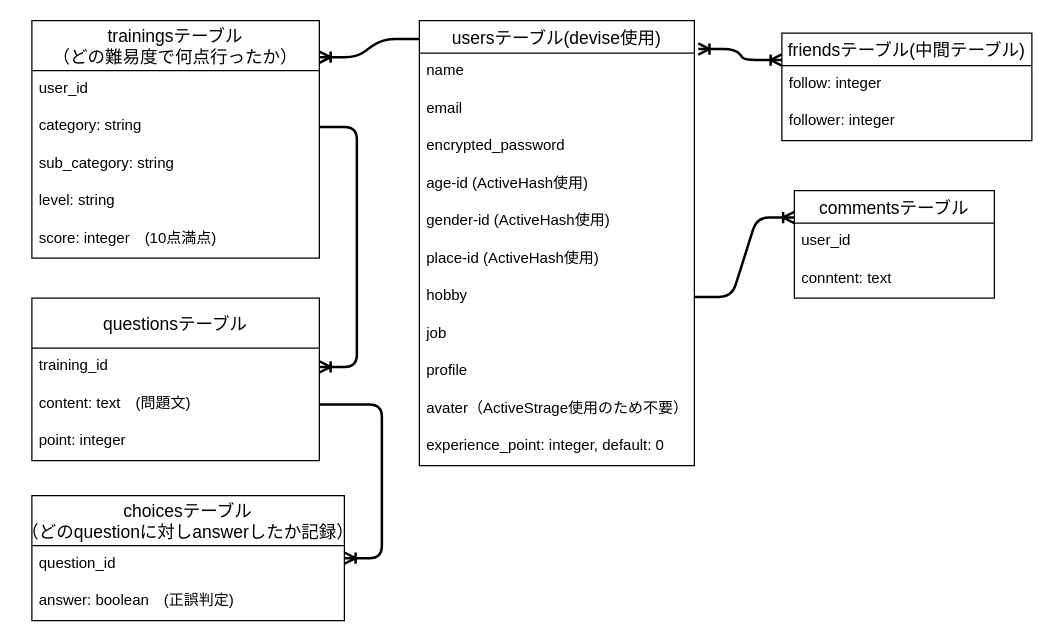
The draw.io diagram ER_zu.dio in daicheez/kotopark, before the edit. Source tidied: cells renumbered, new cells numbered last; positions are measured from the earlier drawing's top-left corner, leaving out a move shared by most shapes. Both pictures are drawn from the tidied source at 125%, with x=0, y=0 at pixel (31, 20).
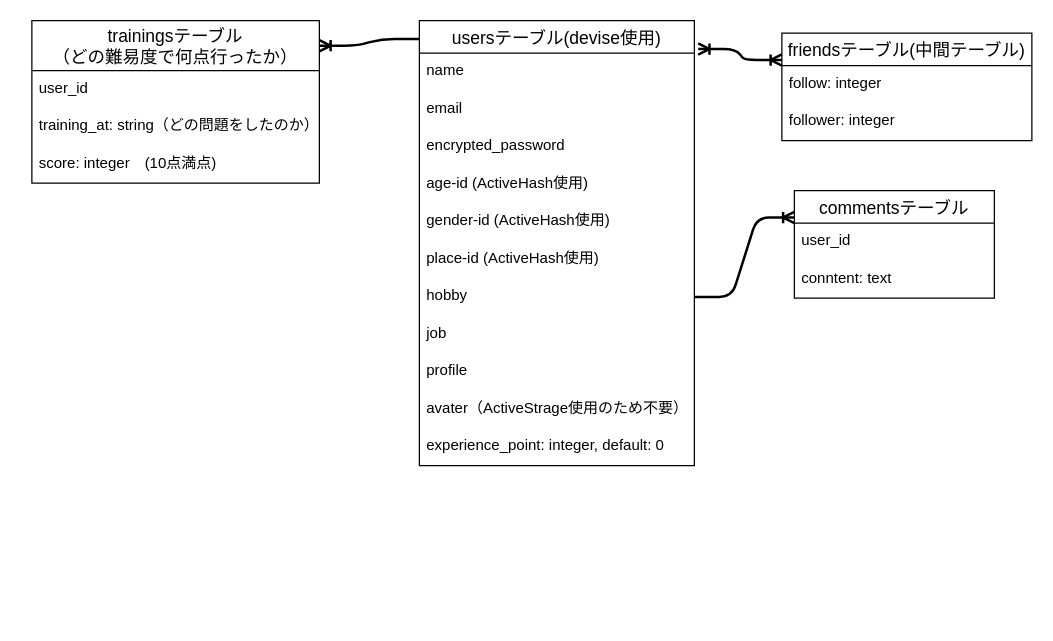
The same diagram, later.

Commit message (it also covers changes not shown here):
README・ER図の修正

The edit, as a diff of the source:
```diff
@@
-    <mxCell id="22" value="choicesテーブル&#10;（どのquestionに対しanswerしたか記録）" style="swimlane;fontStyle=0;horizontal=1;startSize=40;align=center;fontSize=14;" parent="1" vertex="1">
-      <mxGeometry y="380" width="250" height="100" as="geometry" />
-    </mxCell>
-    <mxCell id="23" value="question_id" style="text;strokeColor=none;fillColor=none;spacingLeft=4;spacingRight=4;overflow=hidden;fontSize=12;" parent="22" vertex="1">
-      <mxGeometry y="40" width="250" height="30" as="geometry" />
-    </mxCell>
-    <mxCell id="24" value="answer: boolean　(正誤判定)" style="text;strokeColor=none;fillColor=none;spacingLeft=4;spacingRight=4;overflow=hidden;fontSize=12;" parent="22" vertex="1">
-      <mxGeometry y="70" width="250" height="30" as="geometry" />
-    </mxCell>
@@
-    <mxCell id="26" style="edgeStyle=entityRelationEdgeStyle;fontSize=12;html=1;endArrow=ERoneToMany;strokeWidth=2;exitX=1;exitY=0.5;exitDx=0;exitDy=0;" parent="1" edge="1" source="35" target="22">
-      <mxGeometry relative="1" as="geometry" />
-    </mxCell>
     <mxCell id="27" value="trainingsテーブル&#10;（どの難易度で何点行ったか）" style="swimlane;fontStyle=0;horizontal=1;startSize=40;align=center;fontSize=14;" parent="1" vertex="1">
-      <mxGeometry width="230" height="190" as="geometry" />
+      <mxGeometry width="230" height="130" as="geometry" />
     </mxCell>
@@
-    <mxCell id="29" value="category: string" style="text;strokeColor=none;fillColor=none;spacingLeft=4;spacingRight=4;overflow=hidden;points=[[0,0.5],[1,0.5]];portConstraint=eastwest;fontSize=12;" parent="27" vertex="1">
+    <mxCell id="29" value="training_at: string（どの問題をしたのか）" style="text;strokeColor=none;fillColor=none;spacingLeft=4;spacingRight=4;overflow=hidden;points=[[0,0.5],[1,0.5]];portConstraint=eastwest;fontSize=12;" parent="27" vertex="1">
       <mxGeometry y="70" width="230" height="30" as="geometry" />
     </mxCell>
-    <mxCell id="30" value="sub_category: string" style="text;strokeColor=none;fillColor=none;spacingLeft=4;spacingRight=4;overflow=hidden;fontSize=12;" parent="27" vertex="1">
-      <mxGeometry y="100" width="230" height="30" as="geometry" />
-    </mxCell>
-    <mxCell id="31" value="level: string" style="text;strokeColor=none;fillColor=none;spacingLeft=4;spacingRight=4;overflow=hidden;fontSize=12;" parent="27" vertex="1">
-      <mxGeometry y="130" width="230" height="30" as="geometry" />
-    </mxCell>
     <mxCell id="32" value="score: integer　(10点満点)" style="text;strokeColor=none;fillColor=none;spacingLeft=4;spacingRight=4;overflow=hidden;fontSize=12;" parent="27" vertex="1">
-      <mxGeometry y="160" width="230" height="30" as="geometry" />
+      <mxGeometry y="100" width="230" height="30" as="geometry" />
     </mxCell>
-    <mxCell id="33" value="questionsテーブル" style="swimlane;fontStyle=0;horizontal=1;startSize=40;align=center;fontSize=14;" parent="1" vertex="1">
-      <mxGeometry y="222" width="230" height="130" as="geometry" />
-    </mxCell>
-    <mxCell id="34" value="training_id" style="text;strokeColor=none;fillColor=none;spacingLeft=4;spacingRight=4;overflow=hidden;points=[[0,0.5],[1,0.5]];portConstraint=eastwest;fontSize=12;" parent="33" vertex="1">
-      <mxGeometry y="40" width="230" height="30" as="geometry" />
-    </mxCell>
-    <mxCell id="35" value="content: text　(問題文)" style="text;strokeColor=none;fillColor=none;spacingLeft=4;spacingRight=4;overflow=hidden;points=[[0,0.5],[1,0.5]];portConstraint=eastwest;fontSize=12;" parent="33" vertex="1">
-      <mxGeometry y="70" width="230" height="30" as="geometry" />
-    </mxCell>
-    <mxCell id="36" value="point: integer" style="text;strokeColor=none;fillColor=none;spacingLeft=4;spacingRight=4;overflow=hidden;fontSize=12;" parent="33" vertex="1">
-      <mxGeometry y="100" width="230" height="30" as="geometry" />
-    </mxCell>
-    <mxCell id="37" style="edgeStyle=entityRelationEdgeStyle;fontSize=12;html=1;endArrow=ERoneToMany;strokeWidth=2;exitX=1;exitY=0.5;exitDx=0;exitDy=0;entryX=1;entryY=0.5;entryDx=0;entryDy=0;" parent="1" edge="1" source="29" target="34">
-      <mxGeometry relative="1" as="geometry" />
-    </mxCell>
```
